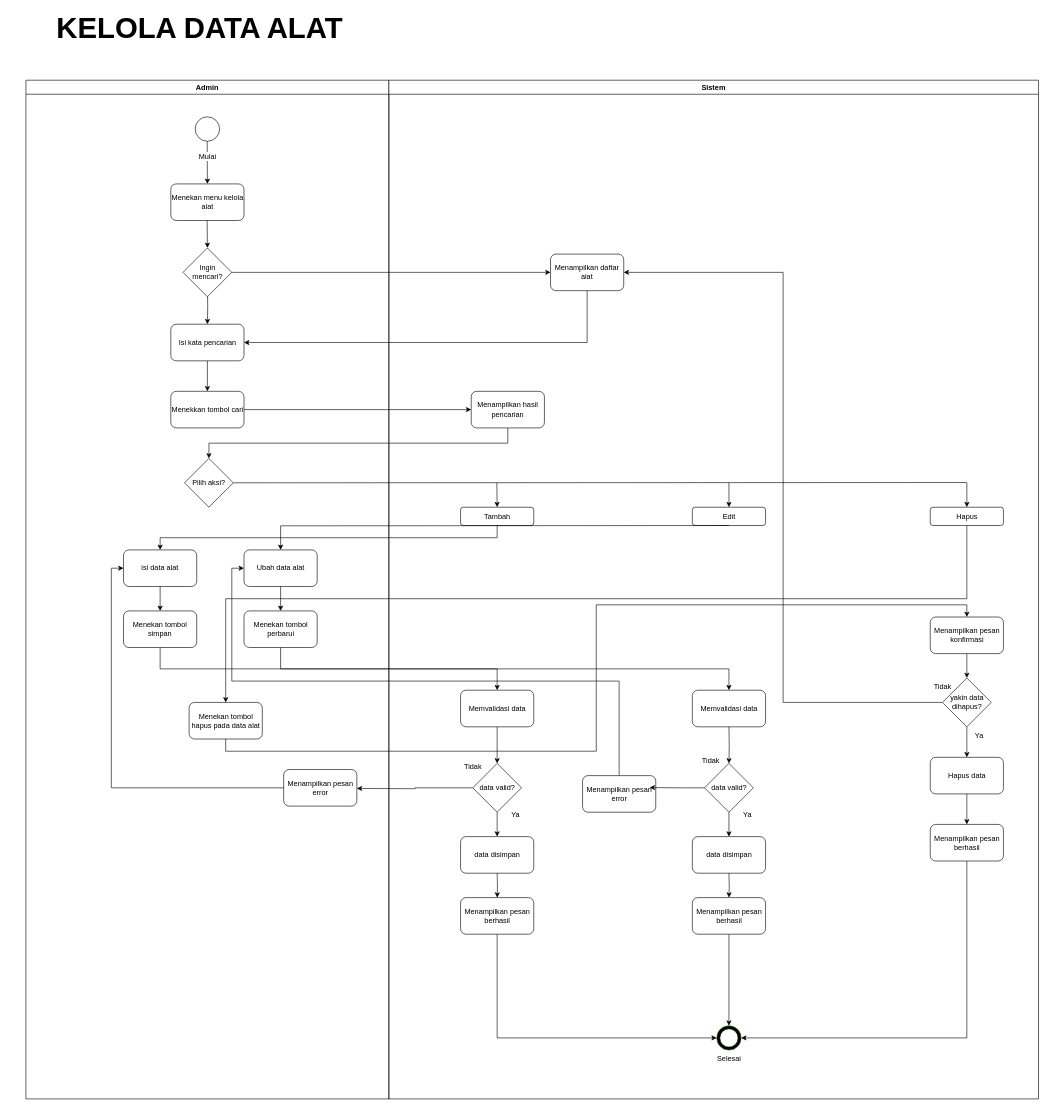
Before: page "Kelola data alat" (5 of 9) of Diagram Tanpa Judul.drawio in sintaannisa/Aplikasi-Peminjaman-Alat, a draw.io diagram. Source tidied: cells renumbered, new cells numbered last; positions are measured from the earlier drawing's top-left corner, leaving out a move shared by most shapes. Both pictures are drawn from the tidied source at 61%, with x=0, y=0 at pixel (10, 19).
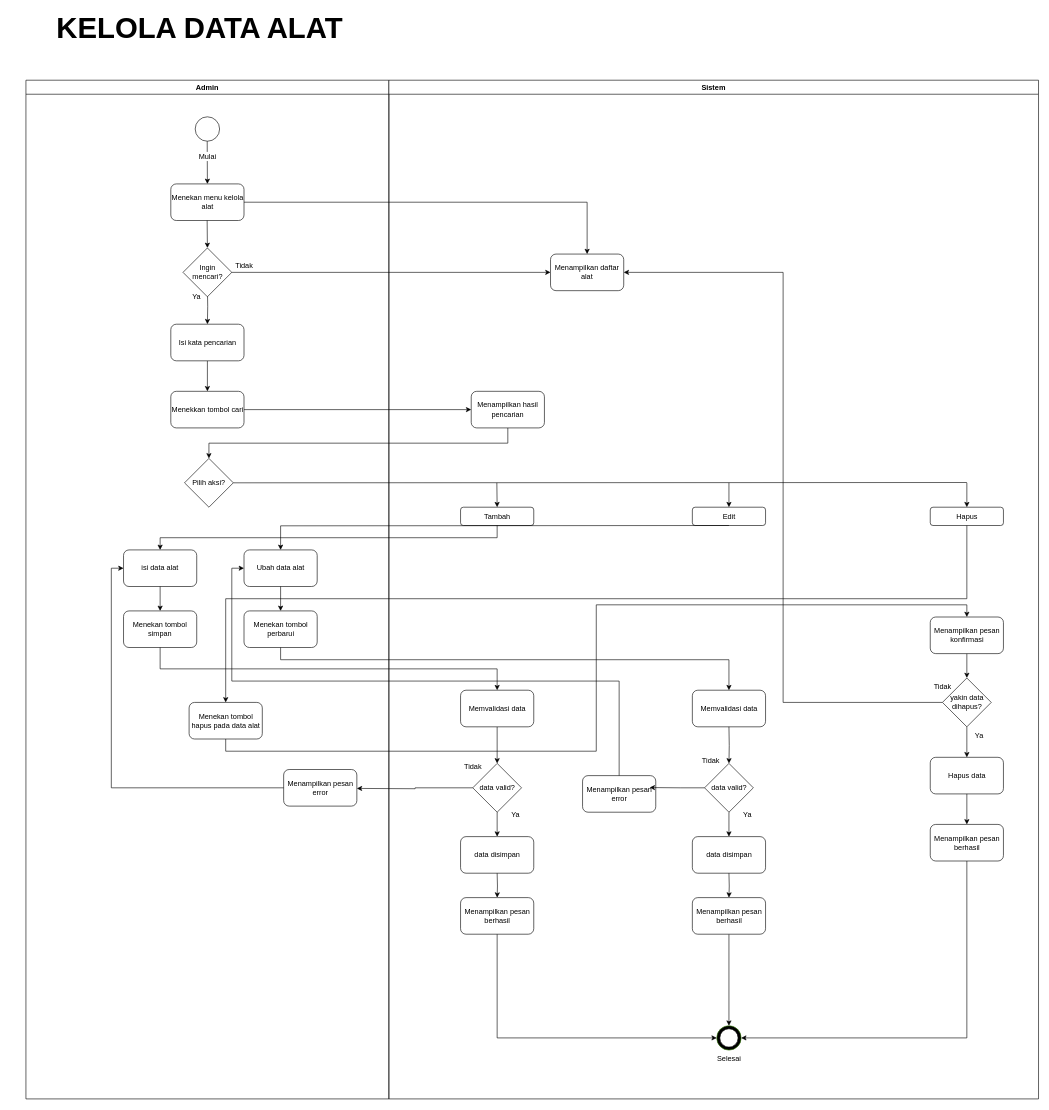
After the change.

The change refers to these unchanged cells:
```xml
<mxCell id="2" value="Admin" style="swimlane;whiteSpace=wrap;html=1;" parent="1" vertex="1">
  <mxGeometry x="25" y="100" width="595" height="1670" as="geometry" />
</mxCell>
<mxCell id="4" value="Menekan menu kelola alat" style="rounded=1;whiteSpace=wrap;html=1;" parent="2" vertex="1">
  <mxGeometry x="237.5" y="170" width="120" height="60" as="geometry" />
</mxCell>
<mxCell id="9" value="Isi kata pencarian" style="rounded=1;whiteSpace=wrap;html=1;" parent="2" vertex="1">
  <mxGeometry x="237.5" y="400" width="120" height="60" as="geometry" />
</mxCell>
<mxCell id="15" value="Menekan tombol perbarui" style="rounded=1;whiteSpace=wrap;html=1;" parent="2" vertex="1">
  <mxGeometry x="357.5" y="870" width="120" height="60" as="geometry" />
</mxCell>
<mxCell id="19" value="Menampilkan daftar alat" style="rounded=1;whiteSpace=wrap;html=1;" parent="18" vertex="1">
  <mxGeometry x="265" y="285" width="120" height="60" as="geometry" />
</mxCell>
<mxCell id="37" value="Memvalidasi data" style="rounded=1;whiteSpace=wrap;html=1;" parent="18" vertex="1">
  <mxGeometry x="497.5" y="1000" width="120" height="60" as="geometry" />
</mxCell>
```

What changed in the source:
```diff
@@
+    <mxCell id="82" value="Ya" style="text;html=1;whiteSpace=wrap;strokeColor=none;fillColor=none;align=center;verticalAlign=middle;rounded=0;" parent="2" vertex="1">
+      <mxGeometry x="250" y="340" width="60" height="30" as="geometry" />
+    </mxCell>
+    <mxCell id="83" value="Tidak" style="text;html=1;whiteSpace=wrap;strokeColor=none;fillColor=none;align=center;verticalAlign=middle;rounded=0;" parent="2" vertex="1">
+      <mxGeometry x="327.5" y="290" width="60" height="30" as="geometry" />
+    </mxCell>
@@
-    <mxCell id="71" style="edgeStyle=orthogonalEdgeStyle;rounded=0;jettySize=auto;html=1;exitX=0.5;exitY=1;exitDx=0;exitDy=0;entryX=1;entryY=0.5;entryDx=0;entryDy=0;" parent="1" edge="1" source="19" target="9">
-      <mxGeometry relative="1" as="geometry" />
-    </mxCell>
@@
-    <mxCell id="79" style="edgeStyle=orthogonalEdgeStyle;rounded=0;jettySize=auto;html=1;exitX=0.5;exitY=1;exitDx=0;exitDy=0;entryX=0.5;entryY=0;entryDx=0;entryDy=0;" parent="1" edge="1" source="15" target="37">
-      <mxGeometry relative="1" as="geometry" />
-    </mxCell>
@@
+    <mxCell id="84" style="edgeStyle=orthogonalEdgeStyle;rounded=0;jettySize=auto;html=1;exitX=1;exitY=0.5;exitDx=0;exitDy=0;entryX=0.5;entryY=0;entryDx=0;entryDy=0;" parent="1" edge="1" source="4" target="19">
+      <mxGeometry relative="1" as="geometry" />
+    </mxCell>
+    <mxCell id="79" style="edgeStyle=orthogonalEdgeStyle;rounded=0;jettySize=auto;html=1;exitX=0.5;exitY=1;exitDx=0;exitDy=0;entryX=0.5;entryY=0;entryDx=0;entryDy=0;" parent="1" edge="1" source="15" target="37">
+      <mxGeometry relative="1" as="geometry">
+        <Array as="points">
+          <mxPoint x="442.5" y="1050" />
+          <mxPoint x="1177.5" y="1050" />
+        </Array>
+      </mxGeometry>
+    </mxCell>
```
